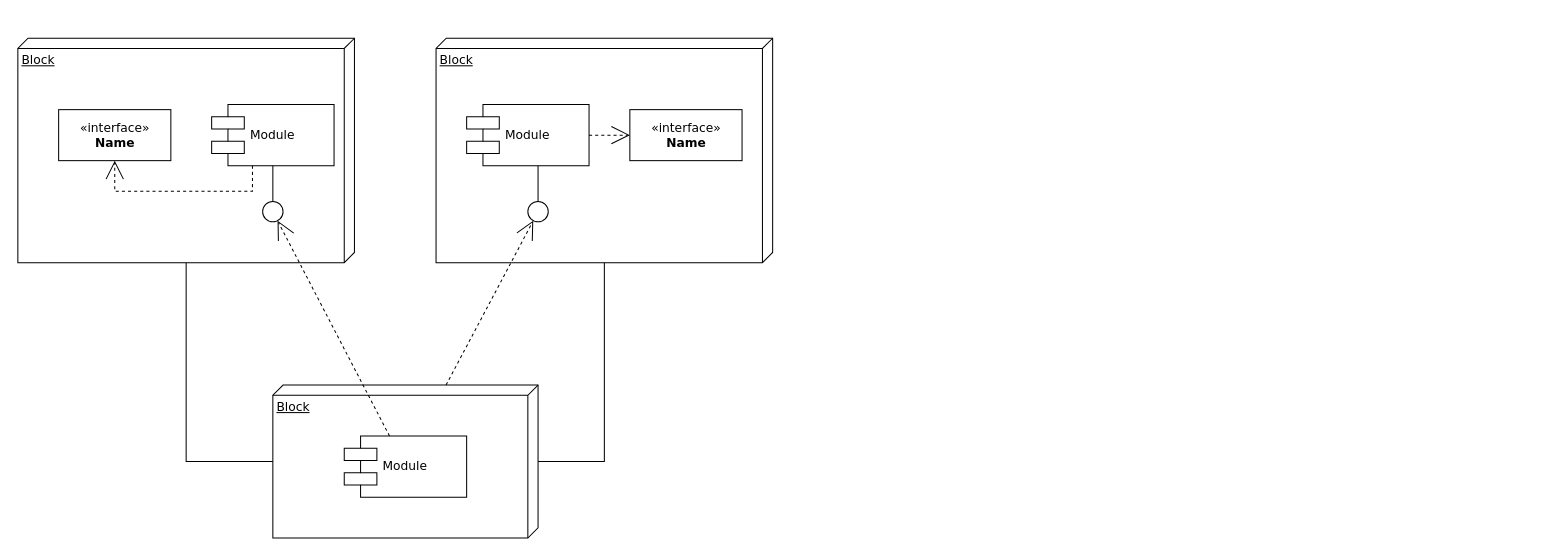
Before: 未命名绘图.drawio in wdnb/UML, a draw.io diagram. Source tidied: cells renumbered, new cells numbered last; positions are measured from the earlier drawing's top-left corner, leaving out a move shared by most shapes. Both pictures are drawn from the tidied source at 102%, with x=0, y=0 at pixel (17, 38).
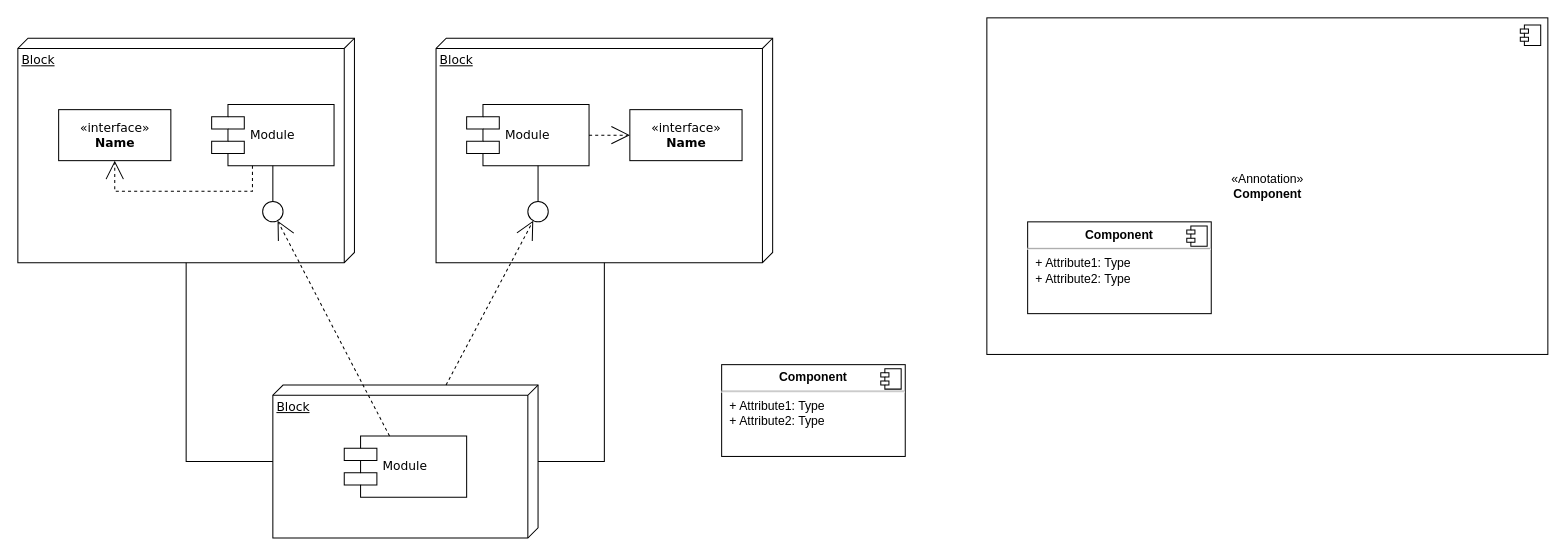
The same page after the edit.

Commit message (it also covers changes not shown here):
更新未命名绘图.drawio

Change to the diagram source:
```diff
@@
+    <mxCell id="20" value="&lt;p style=&quot;margin:0px;margin-top:6px;text-align:center;&quot;&gt;&lt;b&gt;Component&lt;/b&gt;&lt;/p&gt;&lt;hr/&gt;&lt;p style=&quot;margin:0px;margin-left:8px;&quot;&gt;+ Attribute1: Type&lt;br/&gt;+ Attribute2: Type&lt;/p&gt;" style="align=left;overflow=fill;html=1;" parent="1" vertex="1">
+      <mxGeometry x="690" y="320" width="180" height="90" as="geometry" />
+    </mxCell>
+    <mxCell id="21" style="shape=component;jettyWidth=8;jettyHeight=4;" parent="20" vertex="1">
+      <mxGeometry x="1" width="20" height="20" relative="1" as="geometry">
+        <mxPoint x="-24" y="4" as="offset" />
+      </mxGeometry>
+    </mxCell>
+    <mxCell id="22" value="&amp;laquo;Annotation&amp;raquo;&lt;br/&gt;&lt;b&gt;Component&lt;/b&gt;" style="html=1;" parent="1" vertex="1">
+      <mxGeometry x="950" y="-20" width="550" height="330" as="geometry" />
+    </mxCell>
+    <mxCell id="23" style="shape=component;jettyWidth=8;jettyHeight=4;" parent="22" vertex="1">
+      <mxGeometry x="1" width="20" height="20" relative="1" as="geometry">
+        <mxPoint x="-27" y="7" as="offset" />
+      </mxGeometry>
+    </mxCell>
+    <mxCell id="24" value="&lt;p style=&quot;margin:0px;margin-top:6px;text-align:center;&quot;&gt;&lt;b&gt;Component&lt;/b&gt;&lt;/p&gt;&lt;hr/&gt;&lt;p style=&quot;margin:0px;margin-left:8px;&quot;&gt;+ Attribute1: Type&lt;br/&gt;+ Attribute2: Type&lt;/p&gt;" style="align=left;overflow=fill;html=1;" parent="1" vertex="1">
+      <mxGeometry x="990" y="180" width="180" height="90" as="geometry" />
+    </mxCell>
+    <mxCell id="25" style="shape=component;jettyWidth=8;jettyHeight=4;" parent="24" vertex="1">
+      <mxGeometry x="1" width="20" height="20" relative="1" as="geometry">
+        <mxPoint x="-24" y="4" as="offset" />
+      </mxGeometry>
+    </mxCell>
```
